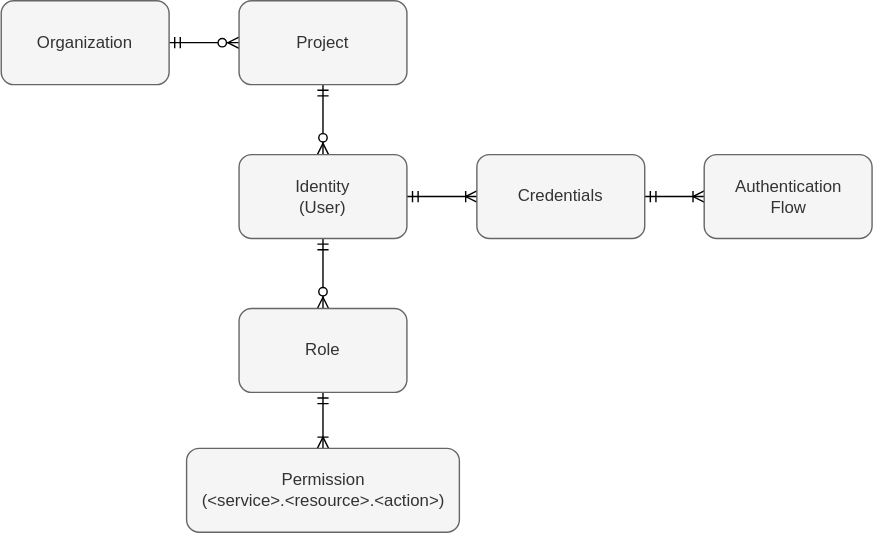
Earlier version of the draw.io export docs/IAM-data-model.svg (jveverka/iam-service). Source tidied: cells renumbered, new cells last; positions are measured from the earlier drawing's top-left corner, leaving out a move shared by most shapes.
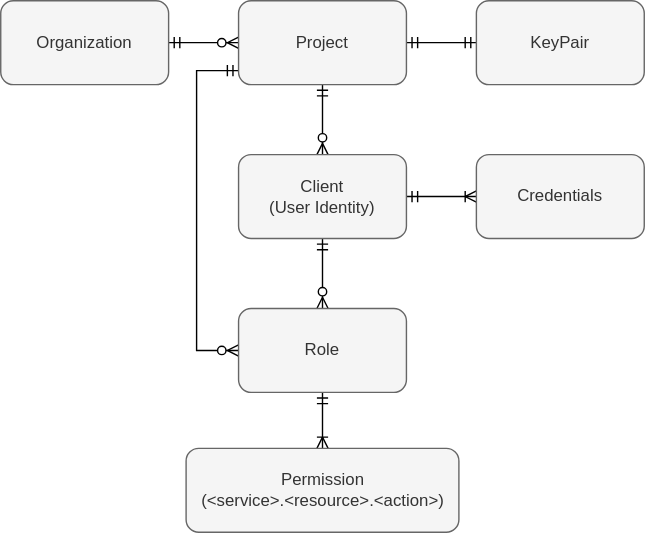
The same diagram one commit later.

The edit, as a diff of the source:
```diff
@@ -11,6 +11,17 @@
     <mxCell id="4" style="edgeStyle=none;rounded=0;jettySize=auto;html=1;startArrow=ERmandOne;startFill=0;endArrow=ERzeroToMany;endFill=1;" parent="1" edge="1" source="5" target="8">
       <mxGeometry relative="1" as="geometry" />
     </mxCell>
+    <mxCell id="15" style="edgeStyle=orthogonalEdgeStyle;rounded=0;jettySize=auto;html=1;startArrow=ERmandOne;startFill=0;endArrow=ERmandOne;endFill=0;" parent="1" edge="1" source="5" target="17">
+      <mxGeometry relative="1" as="geometry" />
+    </mxCell>
+    <mxCell id="16" style="edgeStyle=orthogonalEdgeStyle;rounded=0;jettySize=auto;html=1;entryX=0;entryY=0.5;entryDx=0;entryDy=0;startArrow=ERmandOne;startFill=0;endArrow=ERzeroToMany;endFill=1;" parent="1" edge="1" source="5" target="12">
+      <mxGeometry relative="1" as="geometry">
+        <Array as="points">
+          <mxPoint x="140" y="50" />
+          <mxPoint x="140" y="250" />
+        </Array>
+      </mxGeometry>
+    </mxCell>
     <mxCell id="5" value="Project" style="rounded=1;whiteSpace=wrap;html=1;fillColor=#f5f5f5;strokeColor=#666666;fontColor=#333333;" parent="1" vertex="1">
       <mxGeometry x="170" width="120" height="60" as="geometry" />
     </mxCell>
@@ -20,12 +31,9 @@
     <mxCell id="7" style="edgeStyle=none;rounded=0;jettySize=auto;html=1;startArrow=ERmandOne;startFill=0;endArrow=ERzeroToMany;endFill=1;" parent="1" edge="1" source="8" target="12">
       <mxGeometry relative="1" as="geometry" />
     </mxCell>
-    <mxCell id="8" value="Identity&lt;br&gt;(User)" style="rounded=1;whiteSpace=wrap;html=1;fillColor=#f5f5f5;strokeColor=#666666;fontColor=#333333;" parent="1" vertex="1">
+    <mxCell id="8" value="Client&lt;br&gt;(User Identity)" style="rounded=1;whiteSpace=wrap;html=1;fillColor=#f5f5f5;strokeColor=#666666;fontColor=#333333;" parent="1" vertex="1">
       <mxGeometry x="170" y="110" width="120" height="60" as="geometry" />
     </mxCell>
-    <mxCell id="9" style="edgeStyle=none;rounded=0;jettySize=auto;html=1;startArrow=ERmandOne;startFill=0;endArrow=ERoneToMany;endFill=0;" parent="1" edge="1" source="10" target="14">
-      <mxGeometry relative="1" as="geometry" />
-    </mxCell>
     <mxCell id="10" value="Credentials" style="rounded=1;whiteSpace=wrap;html=1;fillColor=#f5f5f5;strokeColor=#666666;fontColor=#333333;" parent="1" vertex="1">
       <mxGeometry x="340" y="110" width="120" height="60" as="geometry" />
     </mxCell>
@@ -38,8 +46,8 @@
     <mxCell id="13" value="Permission&lt;br&gt;(&amp;lt;service&amp;gt;.&amp;lt;resource&amp;gt;.&amp;lt;action&amp;gt;)" style="rounded=1;whiteSpace=wrap;html=1;fillColor=#f5f5f5;strokeColor=#666666;fontColor=#333333;" parent="1" vertex="1">
       <mxGeometry x="132.5" y="320" width="195" height="60" as="geometry" />
     </mxCell>
-    <mxCell id="14" value="Authentication&lt;br&gt;Flow" style="rounded=1;whiteSpace=wrap;html=1;fillColor=#f5f5f5;strokeColor=#666666;fontColor=#333333;" parent="1" vertex="1">
-      <mxGeometry x="502.5" y="110" width="120" height="60" as="geometry" />
-    </mxCell>
+    <mxCell id="17" value="KeyPair" style="rounded=1;whiteSpace=wrap;html=1;fillColor=#f5f5f5;strokeColor=#666666;fontColor=#333333;" parent="1" vertex="1">
+      <mxGeometry x="340" width="120" height="60" as="geometry" />
+    </mxCell>
   </root>
 </mxGraphModel>
```
